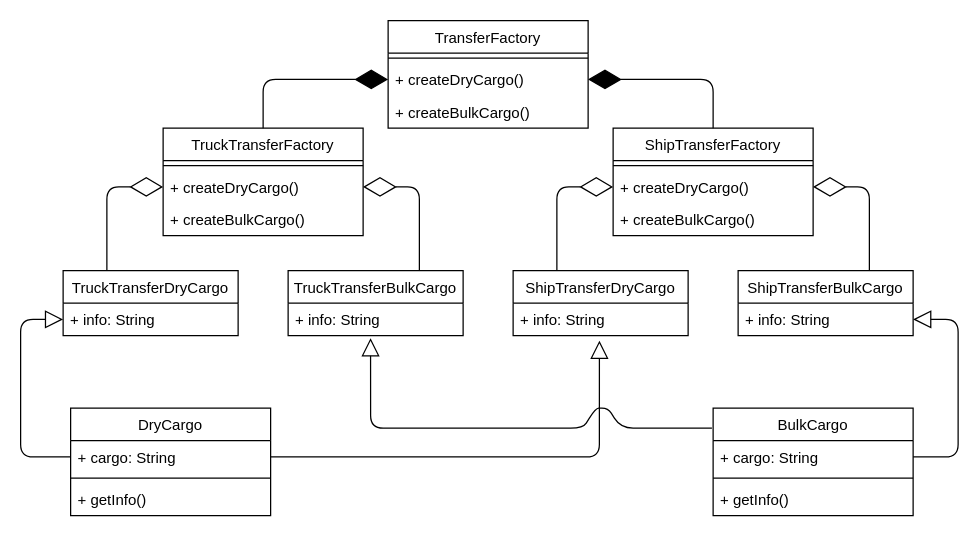
This is page "AbstractFactory" (5 of 14) of UML Diagrams.drawio from victor2996/Patterns, a draw.io file, before an edit. Source tidied: cells renumbered, new cells numbered last; positions are measured from the earlier drawing's top-left corner, leaving out a move shared by most shapes. Both pictures are drawn from the tidied source at 125%, with x=0, y=0 at pixel (20, 20).
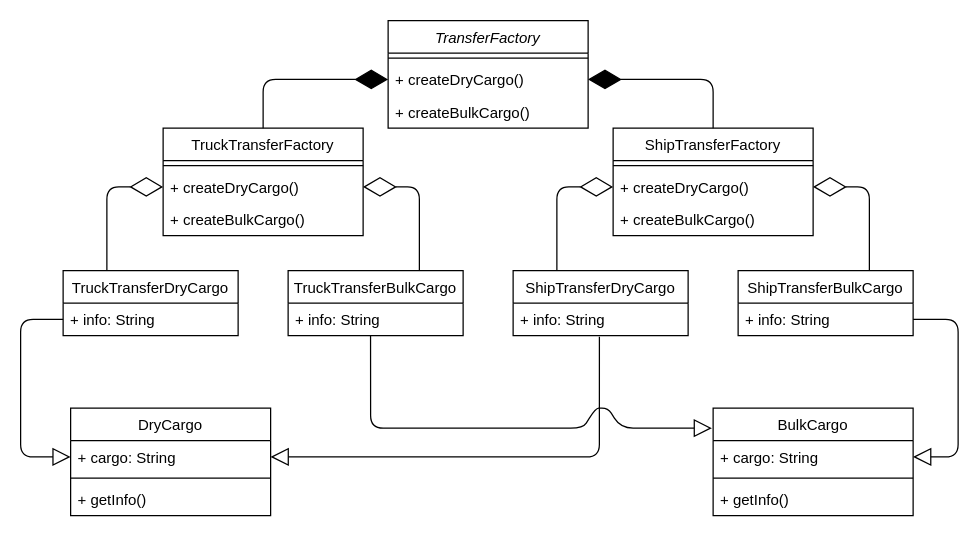
After the change.

Unchanged cells that the change refers to:
```xml
<mxCell id="3" value="+ cargo: String" style="text;strokeColor=none;fillColor=none;align=left;verticalAlign=top;spacingLeft=4;spacingRight=4;overflow=hidden;points=[[0,0.5],[1,0.5]];portConstraint=eastwest;" parent="2" vertex="1">
  <mxGeometry y="26" width="160" height="26" as="geometry" />
</mxCell>
<mxCell id="6" value="BulkCargo" style="swimlane;fontStyle=0;align=center;verticalAlign=top;horizontal=1;startSize=26;" parent="1" vertex="1">
  <mxGeometry x="554" y="310" width="160" height="86" as="geometry" />
</mxCell>
<mxCell id="7" value="+ cargo: String" style="text;strokeColor=none;fillColor=none;align=left;verticalAlign=top;spacingLeft=4;spacingRight=4;overflow=hidden;points=[[0,0.5],[1,0.5]];portConstraint=eastwest;" parent="6" vertex="1">
  <mxGeometry y="26" width="160" height="26" as="geometry" />
</mxCell>
<mxCell id="11" value="+ info: String" style="text;strokeColor=none;fillColor=none;align=left;verticalAlign=top;spacingLeft=4;spacingRight=4;overflow=hidden;points=[[0,0.5],[1,0.5]];portConstraint=eastwest;" parent="10" vertex="1">
  <mxGeometry y="26" width="140" height="26" as="geometry" />
</mxCell>
<mxCell id="13" value="+ info: String" style="text;strokeColor=none;fillColor=none;align=left;verticalAlign=top;spacingLeft=4;spacingRight=4;overflow=hidden;points=[[0,0.5],[1,0.5]];portConstraint=eastwest;" parent="12" vertex="1">
  <mxGeometry y="26" width="140" height="26" as="geometry" />
</mxCell>
<mxCell id="15" value="+ info: String" style="text;strokeColor=none;fillColor=none;align=left;verticalAlign=top;spacingLeft=4;spacingRight=4;overflow=hidden;points=[[0,0.5],[1,0.5]];portConstraint=eastwest;" parent="14" vertex="1">
  <mxGeometry y="26" width="140" height="26" as="geometry" />
</mxCell>
<mxCell id="17" value="+ info: String" style="text;strokeColor=none;fillColor=none;align=left;verticalAlign=top;spacingLeft=4;spacingRight=4;overflow=hidden;points=[[0,0.5],[1,0.5]];portConstraint=eastwest;" parent="16" vertex="1">
  <mxGeometry y="26" width="140" height="26" as="geometry" />
</mxCell>
```

The edit, as a diff of the source:
```diff
@@
-    <mxCell id="18" value="TransferFactory" style="swimlane;fontStyle=0;align=center;verticalAlign=top;horizontal=1;startSize=26;" parent="1" vertex="1">
+    <mxCell id="18" value="TransferFactory" style="swimlane;fontStyle=2;align=center;verticalAlign=top;horizontal=1;startSize=26;" parent="1" vertex="1">
       <mxGeometry x="294" width="160" height="86" as="geometry" />
     </mxCell>
@@
-    <mxCell id="36" style="endArrow=block;endFill=0;endSize=12;html=1;edgeStyle=orthogonalEdgeStyle;exitX=0;exitY=0.5;exitDx=0;exitDy=0;entryX=0;entryY=0.5;entryDx=0;entryDy=0;rounded=1;" parent="1" edge="1" source="3" target="17">
+    <mxCell id="36" style="endArrow=none;endFill=0;endSize=12;html=1;edgeStyle=orthogonalEdgeStyle;exitX=0;exitY=0.5;exitDx=0;exitDy=0;entryX=0;entryY=0.5;entryDx=0;entryDy=0;rounded=1;startArrow=block;startFill=0;startSize=12;" parent="1" edge="1" source="3" target="17">
       <mxGeometry relative="1" as="geometry">
         <Array as="points">
           <mxPoint y="349" />
           <mxPoint y="239" />
         </Array>
       </mxGeometry>
     </mxCell>
-    <mxCell id="37" style="endArrow=block;endFill=0;endSize=12;html=1;exitX=1;exitY=0.5;exitDx=0;exitDy=0;entryX=0.493;entryY=1.154;entryDx=0;entryDy=0;entryPerimeter=0;edgeStyle=orthogonalEdgeStyle;" parent="1" edge="1" source="3" target="11">
+    <mxCell id="37" style="endArrow=none;endFill=0;endSize=12;html=1;exitX=1;exitY=0.5;exitDx=0;exitDy=0;edgeStyle=orthogonalEdgeStyle;startArrow=block;startFill=0;entryX=0.493;entryY=1.038;entryDx=0;entryDy=0;entryPerimeter=0;startSize=12;" parent="1" edge="1" source="3" target="11">
       <mxGeometry relative="1" as="geometry">
         <Array as="points">
           <mxPoint x="463" y="349" />
         </Array>
       </mxGeometry>
     </mxCell>
-    <mxCell id="38" style="endArrow=block;endFill=0;endSize=12;html=1;exitX=-0.006;exitY=0.186;exitDx=0;exitDy=0;entryX=0.471;entryY=1.077;entryDx=0;entryDy=0;entryPerimeter=0;exitPerimeter=0;" parent="1" edge="1" source="6" target="13">
+    <mxCell id="38" style="endArrow=none;endFill=0;endSize=0;html=1;exitX=-0.006;exitY=0.186;exitDx=0;exitDy=0;exitPerimeter=0;entryX=0.471;entryY=1;entryDx=0;entryDy=0;entryPerimeter=0;startArrow=block;startFill=0;startSize=12;" parent="1" edge="1" source="6" target="13">
       <mxGeometry relative="1" as="geometry">
         <Array as="points">
           <mxPoint x="480" y="326" />
           <mxPoint x="470" y="310" />
           <mxPoint x="460" y="310" />
           <mxPoint x="450" y="326" />
           <mxPoint x="420" y="326" />
           <mxPoint x="280" y="326" />
         </Array>
       </mxGeometry>
     </mxCell>
-    <mxCell id="39" style="endArrow=block;endFill=0;endSize=12;html=1;exitX=1;exitY=0.5;exitDx=0;exitDy=0;entryX=1;entryY=0.5;entryDx=0;entryDy=0;edgeStyle=orthogonalEdgeStyle;" parent="1" edge="1" source="7" target="15">
+    <mxCell id="39" style="endArrow=none;endFill=0;endSize=12;html=1;exitX=1;exitY=0.5;exitDx=0;exitDy=0;entryX=1;entryY=0.5;entryDx=0;entryDy=0;edgeStyle=orthogonalEdgeStyle;startArrow=block;startFill=0;startSize=12;" parent="1" edge="1" source="7" target="15">
       <mxGeometry relative="1" as="geometry">
         <Array as="points">
           <mxPoint x="750" y="349" />
           <mxPoint x="750" y="239" />
         </Array>
       </mxGeometry>
     </mxCell>
```
